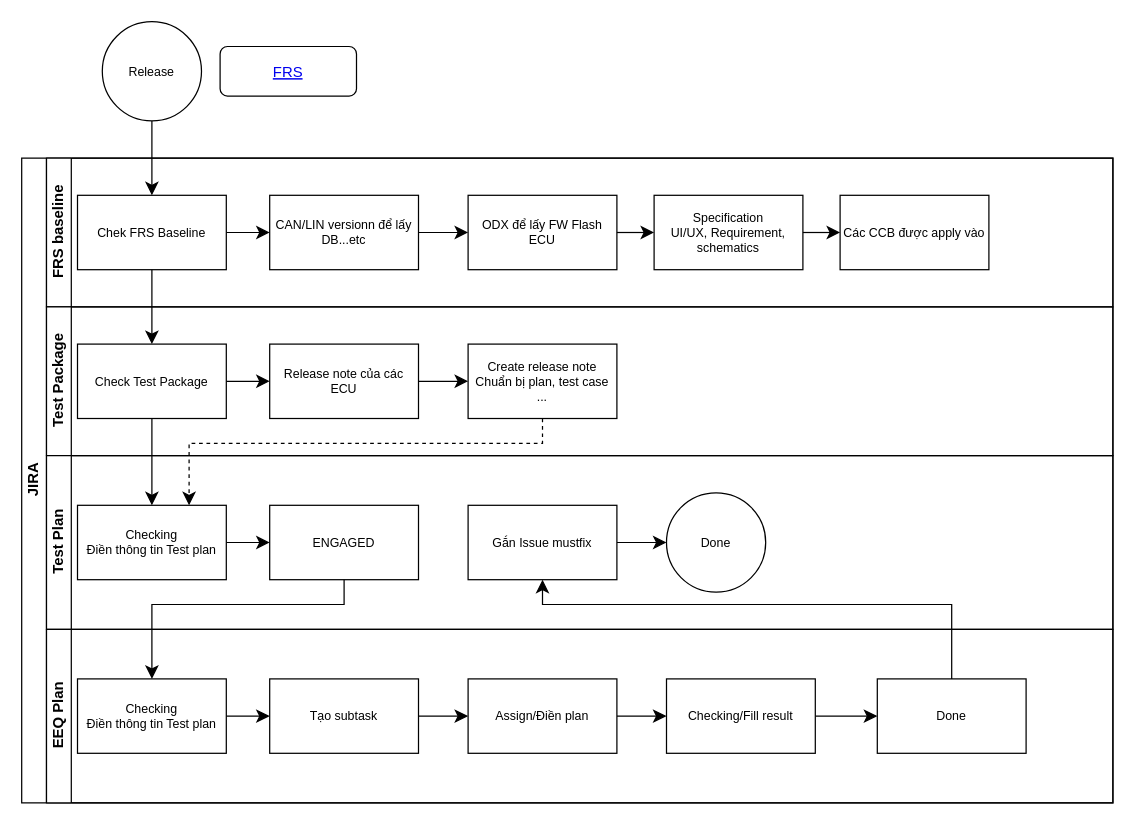
This is Biểu đồ không có tiêu đề.drawio from athanhoang/viindoo_accademy, a draw.io file, before an edit. Source tidied: cells renumbered, new cells numbered last; positions are measured from the earlier drawing's top-left corner, leaving out a move shared by most shapes. Both pictures are drawn from the tidied source at 124%, with x=0, y=0 at pixel (21, 21).
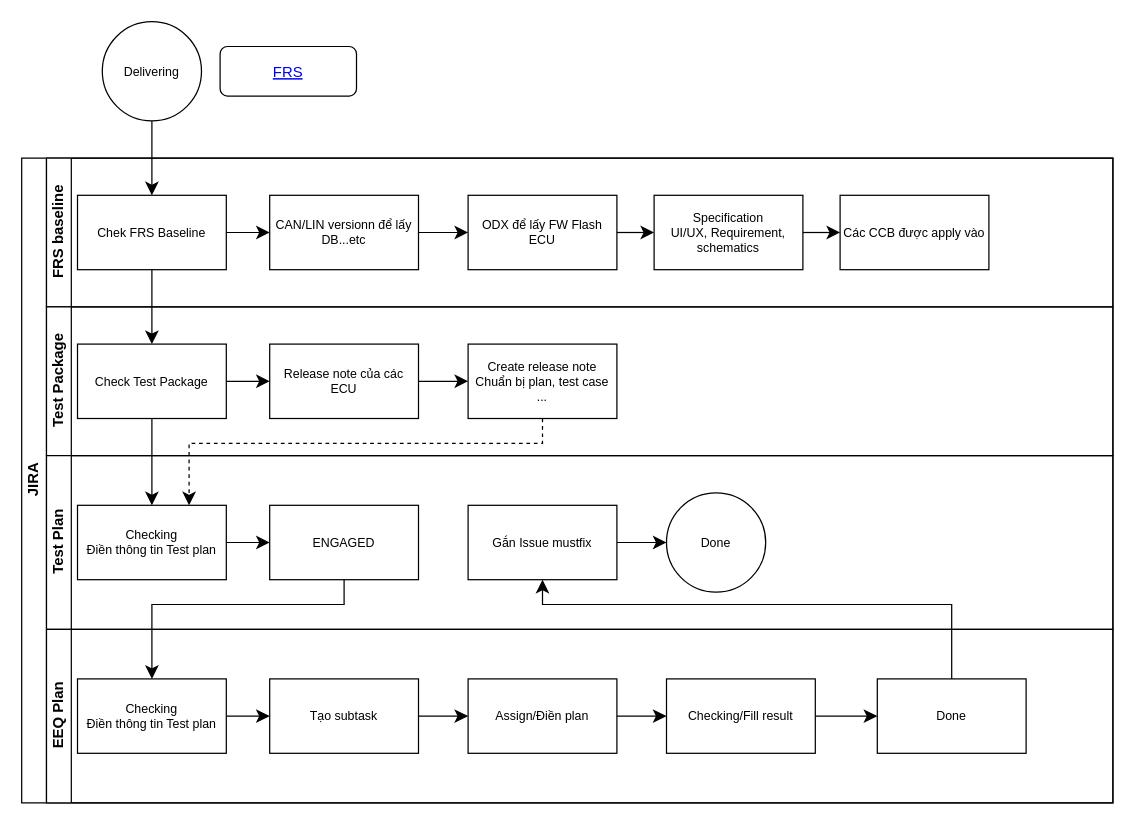
The same diagram, later.

Commit message (it also covers changes not shown here):
Cập nhật Biểu đồ không có tiêu đề.drawio

The edit, as a diff of the source:
```diff
@@
-    <mxCell id="43" value="Release" style="ellipse;whiteSpace=wrap;html=1;fontSize=10;" parent="1" vertex="1">
+    <mxCell id="43" value="Delivering" style="ellipse;whiteSpace=wrap;html=1;fontSize=10;" parent="1" vertex="1">
       <mxGeometry x="65" width="80" height="80" as="geometry" />
     </mxCell>
```
